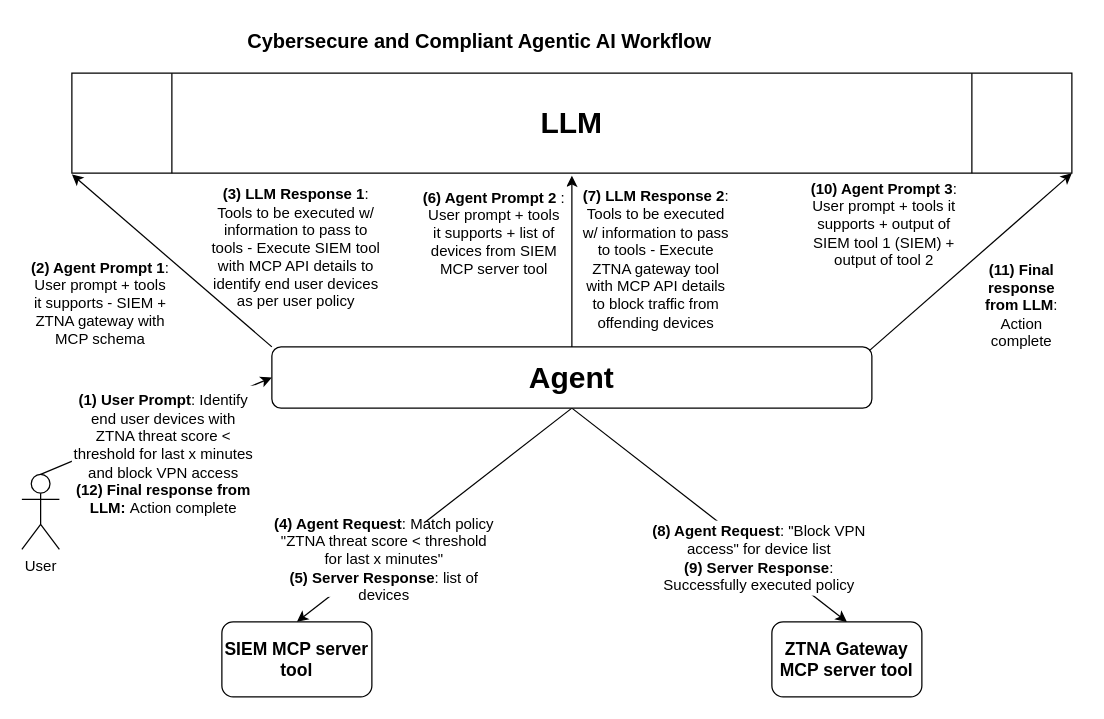
The draw.io diagram secure-agentic-workflow.drawio in nedmsmith/draft-klspa-wimse-verifiable-geo-fence, before the edit. Source tidied: cells renumbered, new cells numbered last; positions are measured from the earlier drawing's top-left corner, leaving out a move shared by most shapes. Both pictures are drawn from the tidied source at 125%, with x=0, y=0 at pixel (21, 21).
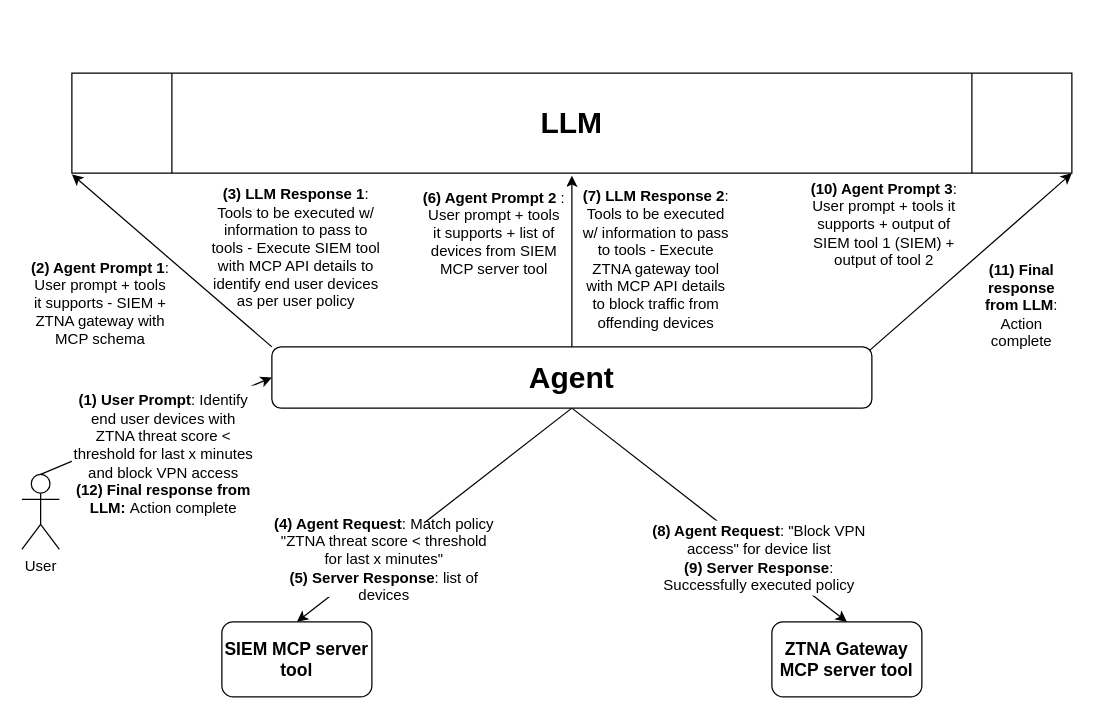
Above is the later version.

The edit, as a diff of the source:
```diff
@@
-    <mxCell id="4" value="&lt;b&gt;&lt;font style=&quot;font-size: 16px;&quot;&gt;Cybersecure and Compliant Agentic AI Workflow&amp;nbsp;&lt;/font&gt;&lt;/b&gt;" style="text;html=1;align=center;verticalAlign=middle;strokeColor=none;fillColor=none;" parent="1" vertex="1">
-      <mxGeometry x="168" width="400" height="30" as="geometry" />
-    </mxCell>
```
